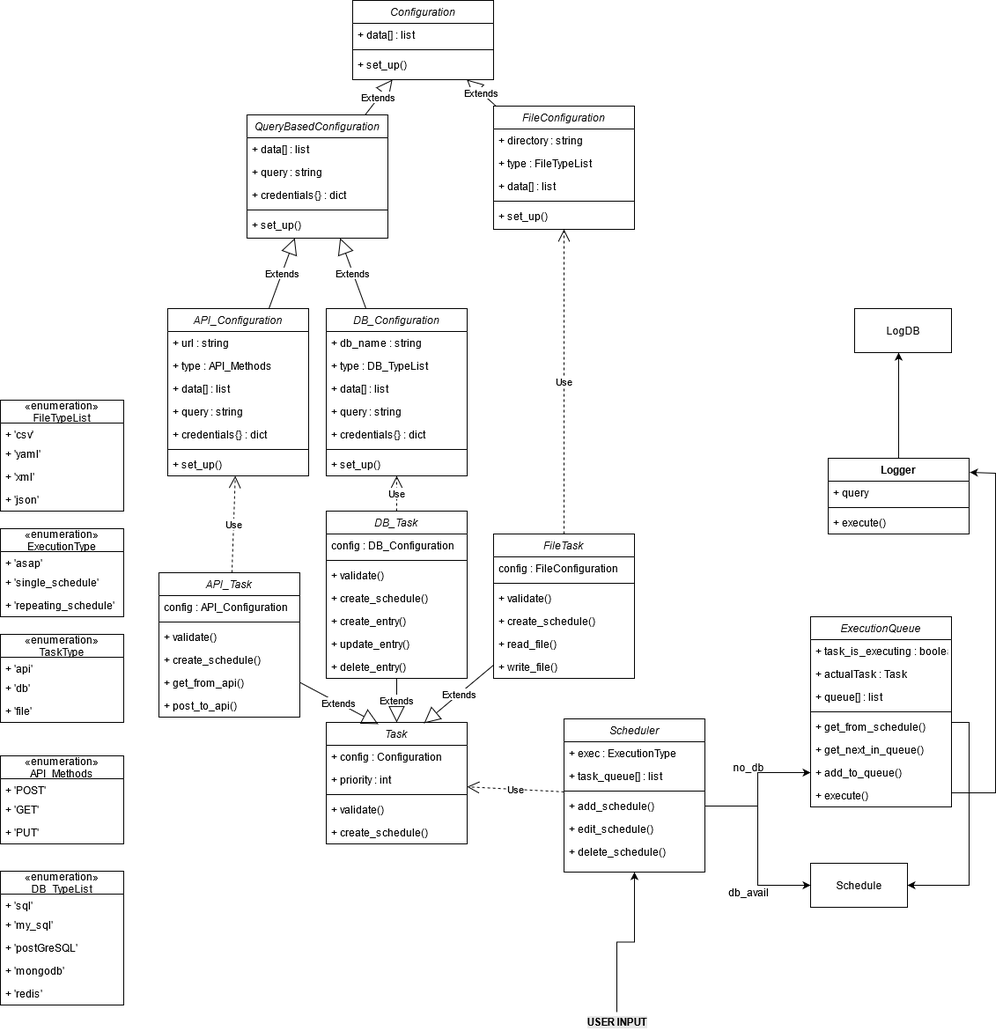
Before: docs/Task_Manager_ClassDiag_v0.2.png, a diagram exported from draw.io (andresduarter22/task-manager). Source tidied: cells renumbered, new cells last; positions are measured from the earlier drawing's top-left corner, leaving out a move shared by most shapes.
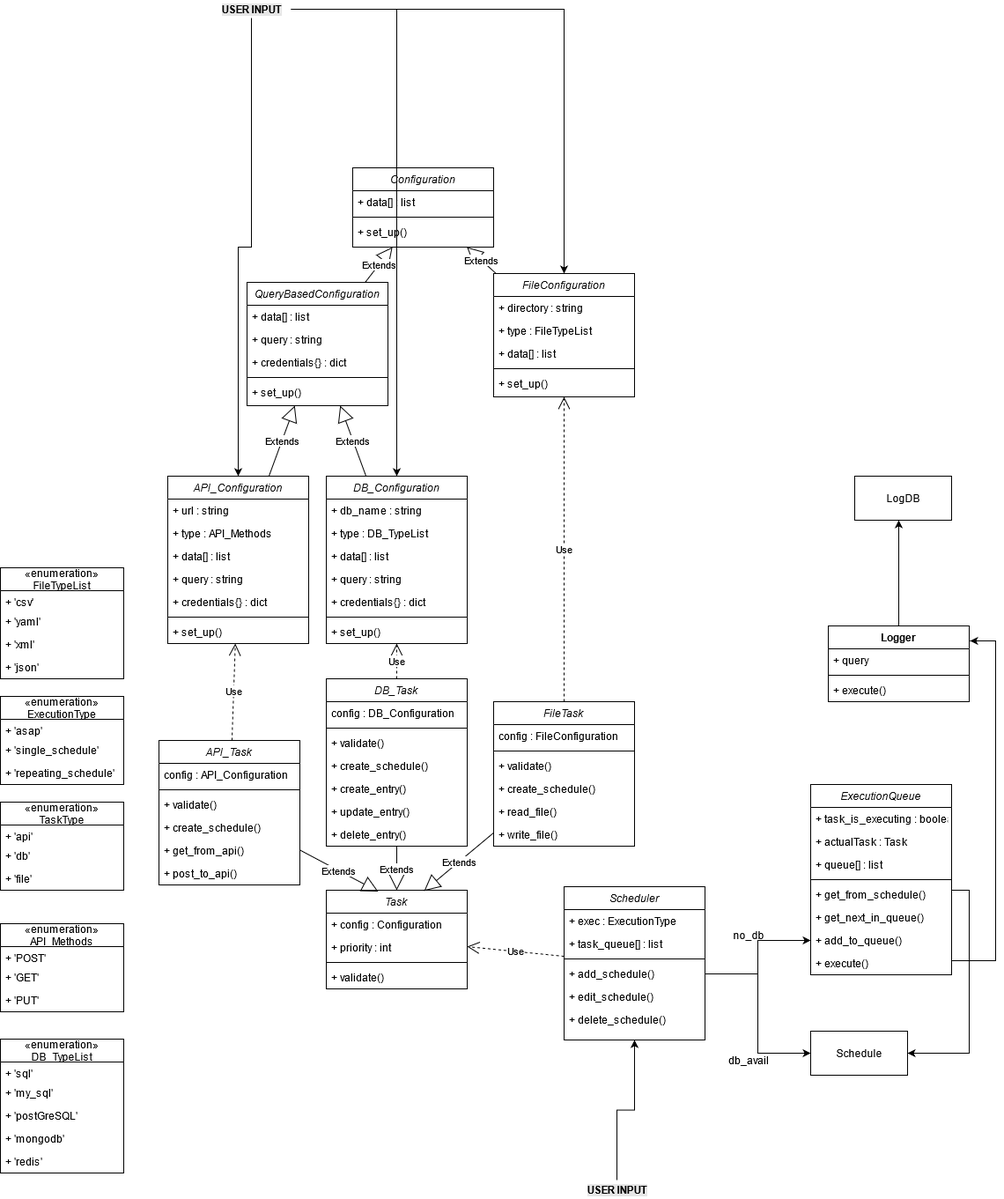
The same file after the commit.

What changed in the source:
```diff
@@ -69,7 +69,7 @@
       <mxGeometry y="164" width="160" height="26" as="geometry" />
     </mxCell>
     <mxCell id="24" value="Task" style="swimlane;fontStyle=2;align=center;verticalAlign=top;horizontal=1;startSize=26;rounded=0;shadow=0;strokeWidth=1;" parent="1" vertex="1">
-      <mxGeometry x="370" y="820" width="160" height="138" as="geometry" />
+      <mxGeometry x="370" y="820" width="160" height="112" as="geometry" />
     </mxCell>
     <mxCell id="25" value="+ config : Configuration" style="text;align=left;verticalAlign=top;spacingLeft=4;spacingRight=4;overflow=hidden;" parent="24" vertex="1">
       <mxGeometry y="26" width="160" height="26" as="geometry" />
@@ -83,9 +83,6 @@
     <mxCell id="28" value="+ validate()" style="text;align=left;verticalAlign=top;spacingLeft=4;spacingRight=4;overflow=hidden;" parent="24" vertex="1">
       <mxGeometry y="86" width="160" height="26" as="geometry" />
     </mxCell>
-    <mxCell id="29" value="+ create_schedule()" style="text;align=left;verticalAlign=top;spacingLeft=4;spacingRight=4;overflow=hidden;" parent="24" vertex="1">
-      <mxGeometry y="112" width="160" height="26" as="geometry" />
-    </mxCell>
     <mxCell id="30" value="DB_Task" style="swimlane;fontStyle=2;align=center;verticalAlign=top;horizontal=1;startSize=26;rounded=0;shadow=0;strokeWidth=1;" parent="1" vertex="1">
       <mxGeometry x="370" y="580" width="160" height="190" as="geometry" />
     </mxCell>
@@ -398,5 +395,21 @@
     <mxCell id="126" value="&lt;span style=&quot;background-color: rgb(230 , 230 , 230)&quot;&gt;&lt;b&gt;USER INPUT&lt;br&gt;&lt;/b&gt;&lt;/span&gt;" style="text;html=1;align=center;verticalAlign=middle;strokeColor=none;" parent="1" vertex="1">
       <mxGeometry x="655" y="1150" width="90" height="20" as="geometry" />
     </mxCell>
+    <mxCell id="127" style="edgeStyle=orthogonalEdgeStyle;rounded=0;jettySize=auto;html=1;" parent="1" edge="1" source="128" target="58">
+      <mxGeometry relative="1" as="geometry">
+        <Array as="points">
+          <mxPoint x="450" y="-180" />
+        </Array>
+      </mxGeometry>
+    </mxCell>
+    <mxCell id="128" value="&lt;span style=&quot;background-color: rgb(230 , 230 , 230)&quot;&gt;&lt;b&gt;USER INPUT&lt;br&gt;&lt;/b&gt;&lt;/span&gt;" style="text;html=1;align=center;verticalAlign=middle;points=[];strokeColor=none;" parent="1" vertex="1">
+      <mxGeometry x="240" y="-190" width="90" height="20" as="geometry" />
+    </mxCell>
+    <mxCell id="129" style="edgeStyle=orthogonalEdgeStyle;rounded=0;jettySize=auto;html=1;" parent="1" edge="1" source="128" target="16">
+      <mxGeometry relative="1" as="geometry" />
+    </mxCell>
+    <mxCell id="130" style="edgeStyle=orthogonalEdgeStyle;rounded=0;jettySize=auto;html=1;" parent="1" edge="1" source="128" target="66">
+      <mxGeometry relative="1" as="geometry" />
+    </mxCell>
   </root>
 </mxGraphModel>
```
